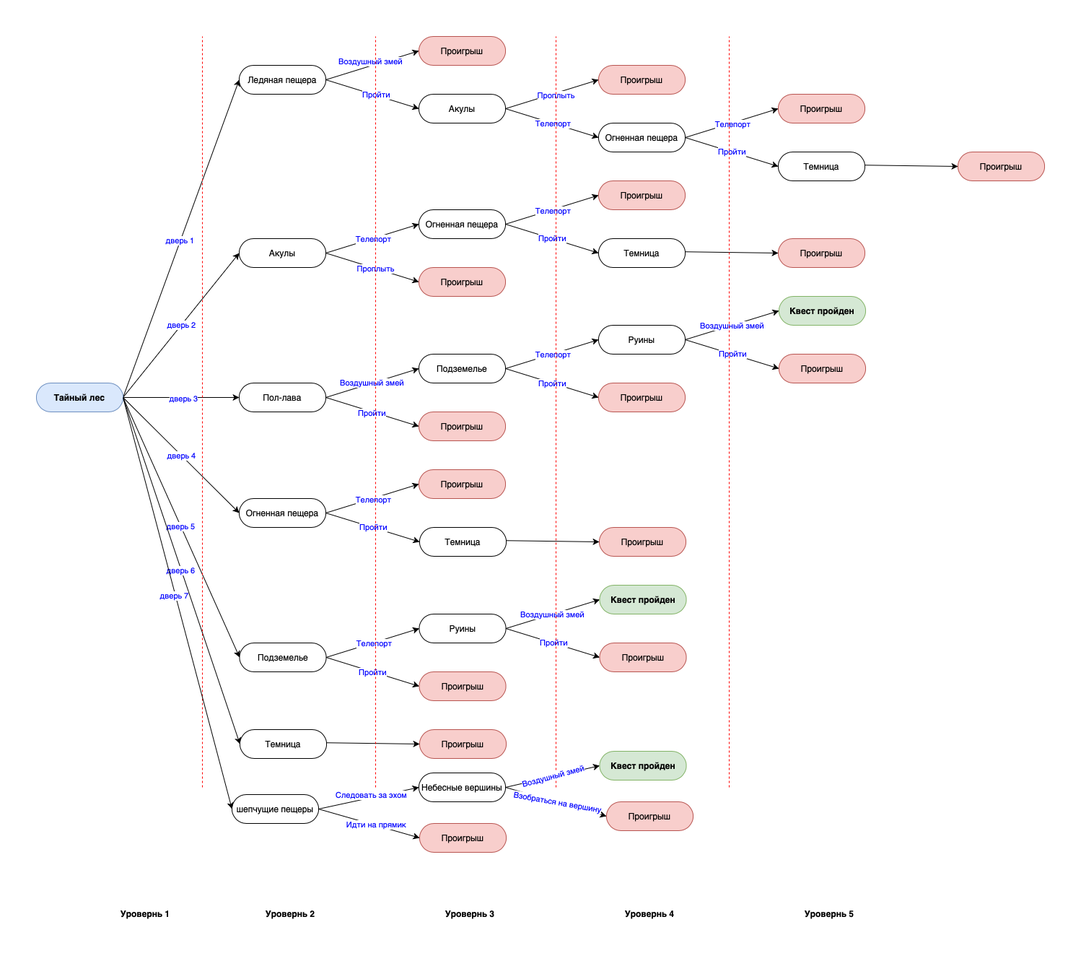
The draw.io diagram docs/scheme_secret_forest.png in egor381/bot_quest, before a commit. Source tidied: cells renumbered, new cells last; positions are measured from the earlier drawing's top-left corner, leaving out a move shared by most shapes.
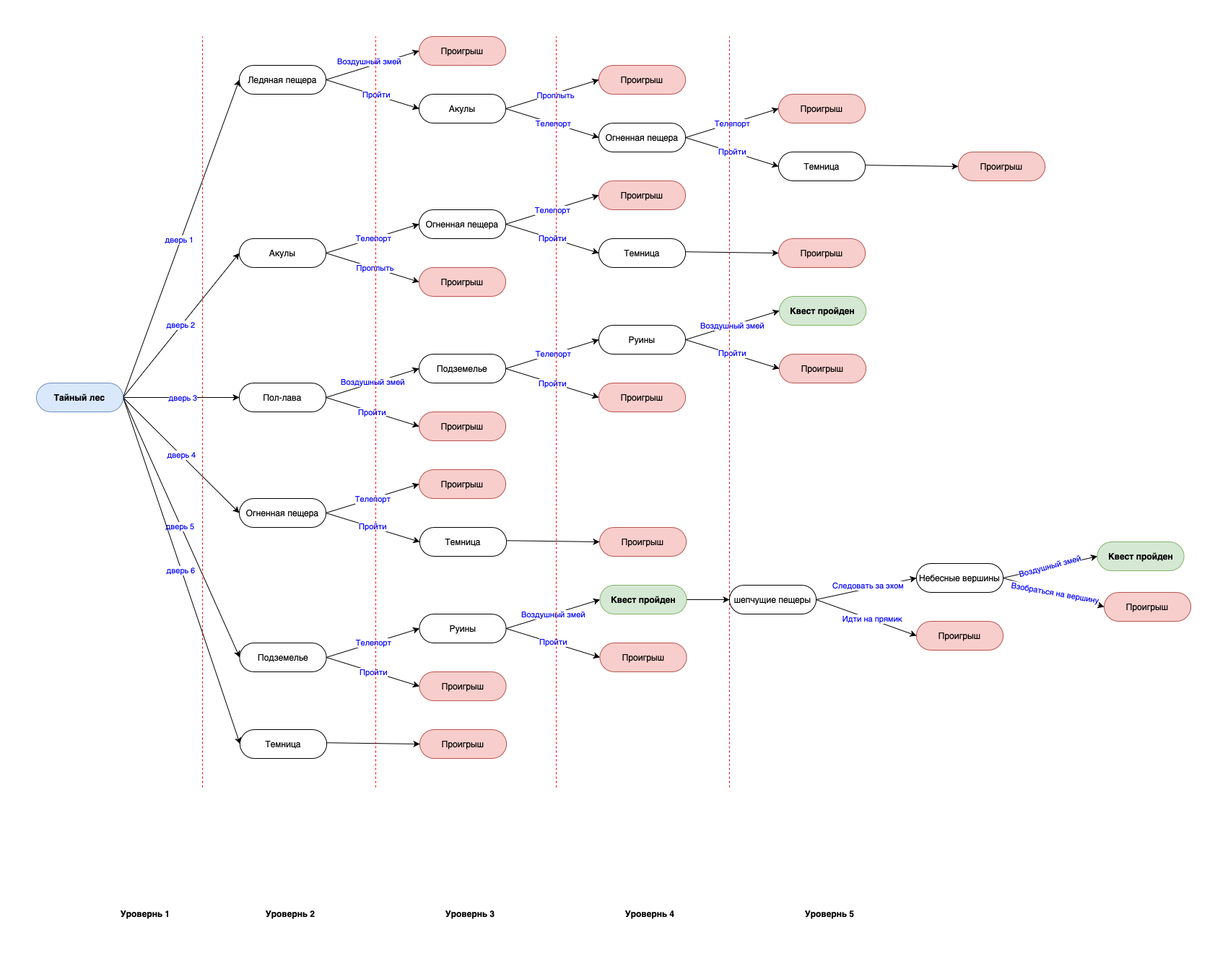
Later version of the same file.

Commit message:
замена фото схемы

Diff of the diagram source:
```diff
@@ -120,6 +120,9 @@
     <mxCell id="39" value="Руины" style="rounded=1;whiteSpace=wrap;html=1;fontSize=12;glass=0;strokeWidth=1;shadow=0;arcSize=50;" parent="1" vertex="1">
       <mxGeometry x="530.5" y="800" width="120" height="40" as="geometry" />
     </mxCell>
+    <mxCell id="119" style="edgeStyle=orthogonalEdgeStyle;rounded=0;jettySize=auto;html=1;" parent="1" edge="1" source="40" target="104">
+      <mxGeometry relative="1" as="geometry" />
+    </mxCell>
     <mxCell id="40" value="Квест пройден" style="whiteSpace=wrap;html=1;rounded=1;fillColor=#d5e8d4;strokeColor=#82b366;arcSize=50;fontStyle=1;" parent="1" vertex="1">
       <mxGeometry x="780.5" y="760" width="120" height="40" as="geometry" />
     </mxCell>
@@ -329,16 +332,8 @@
       <mxGeometry x="1049" y="1200" width="100" height="30" as="geometry" />
     </mxCell>
     <mxCell id="104" value="шепчущие пещеры" style="rounded=1;whiteSpace=wrap;html=1;fontSize=12;glass=0;strokeWidth=1;shadow=0;arcSize=50;" parent="1" vertex="1">
-      <mxGeometry x="271" y="1050" width="120" height="40" as="geometry" />
+      <mxGeometry x="960" y="760" width="120" height="40" as="geometry" />
     </mxCell>
-    <mxCell id="105" style="edgeStyle=none;jettySize=auto;html=1;rounded=0;entryX=0;entryY=0.5;entryDx=0;entryDy=0;exitX=1;exitY=0.5;exitDx=0;exitDy=0;" parent="1" edge="1" source="54" target="104">
-      <mxGeometry relative="1" as="geometry" />
-    </mxCell>
-    <mxCell id="106" value="&lt;font color=&quot;#0000ff&quot;&gt;дверь 7&lt;/font&gt;" style="edgeLabel;html=1;align=center;verticalAlign=middle;" parent="105" vertex="1">
-      <mxGeometry x="-0.04" y="-1" relative="1" as="geometry">
-        <mxPoint x="-1" as="offset" />
-      </mxGeometry>
-    </mxCell>
     <mxCell id="107" style="edgeStyle=none;jettySize=auto;html=1;rounded=0;exitX=1;exitY=0.5;exitDx=0;exitDy=0;entryX=0;entryY=0.5;entryDx=0;entryDy=0;" parent="1" edge="1" source="104" target="116">
       <mxGeometry relative="1" as="geometry" />
     </mxCell>
@@ -354,7 +349,7 @@
       <mxGeometry x="0.11" y="1" relative="1" as="geometry" />
     </mxCell>
     <mxCell id="111" value="Проигрыш" style="whiteSpace=wrap;html=1;rounded=1;fillColor=#f8cecc;strokeColor=#b85450;arcSize=50;" parent="1" vertex="1">
-      <mxGeometry x="531" y="1090" width="120" height="40" as="geometry" />
+      <mxGeometry x="1219" y="810" width="120" height="40" as="geometry" />
     </mxCell>
     <mxCell id="112" style="rounded=0;jettySize=auto;html=1;entryX=0;entryY=0.5;entryDx=0;entryDy=0;exitX=1;exitY=0.5;exitDx=0;exitDy=0;" parent="1" edge="1" source="116" target="118">
       <mxGeometry relative="1" as="geometry" />
@@ -371,13 +366,13 @@
       </mxGeometry>
     </mxCell>
     <mxCell id="116" value="Небесные вершины" style="rounded=1;whiteSpace=wrap;html=1;fontSize=12;glass=0;strokeWidth=1;shadow=0;arcSize=50;" parent="1" vertex="1">
-      <mxGeometry x="530" y="1020" width="120" height="40" as="geometry" />
+      <mxGeometry x="1219" y="730" width="120" height="40" as="geometry" />
     </mxCell>
     <mxCell id="117" value="Проигрыш" style="whiteSpace=wrap;html=1;rounded=1;fillColor=#f8cecc;strokeColor=#b85450;arcSize=50;" parent="1" vertex="1">
-      <mxGeometry x="790" y="1060" width="120" height="40" as="geometry" />
+      <mxGeometry x="1479" y="770" width="120" height="40" as="geometry" />
     </mxCell>
     <mxCell id="118" value="Квест пройден" style="whiteSpace=wrap;html=1;rounded=1;fillColor=#d5e8d4;strokeColor=#82b366;arcSize=50;fontStyle=1;" parent="1" vertex="1">
-      <mxGeometry x="780.5" y="990" width="120" height="40" as="geometry" />
+      <mxGeometry x="1469.5" y="700" width="120" height="40" as="geometry" />
     </mxCell>
   </root>
 </mxGraphModel>
```
